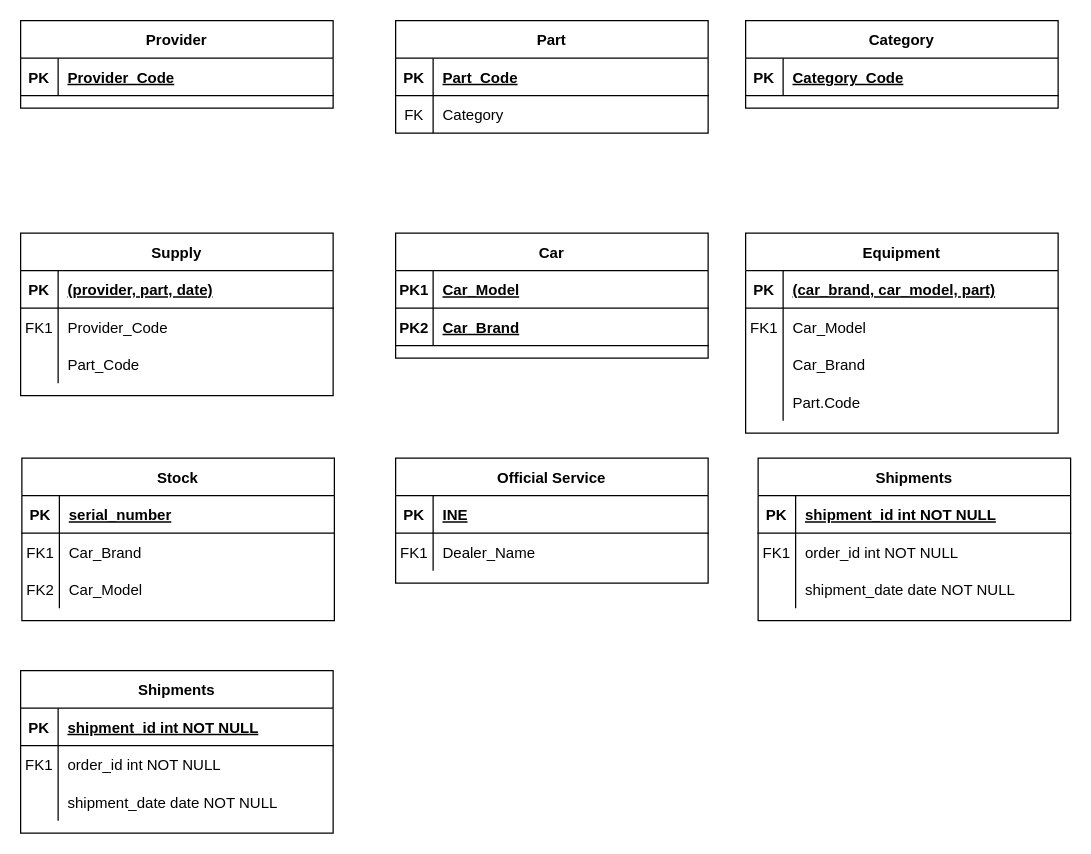
Above: postgresql.drawio in yohana993/Postgresql (draw.io), before the change. Source tidied: cells renumbered, new cells numbered last; positions are measured from the earlier drawing's top-left corner, leaving out a move shared by most shapes. Both pictures are drawn from the tidied source at 125%, with x=0, y=0 at pixel (20, 20).
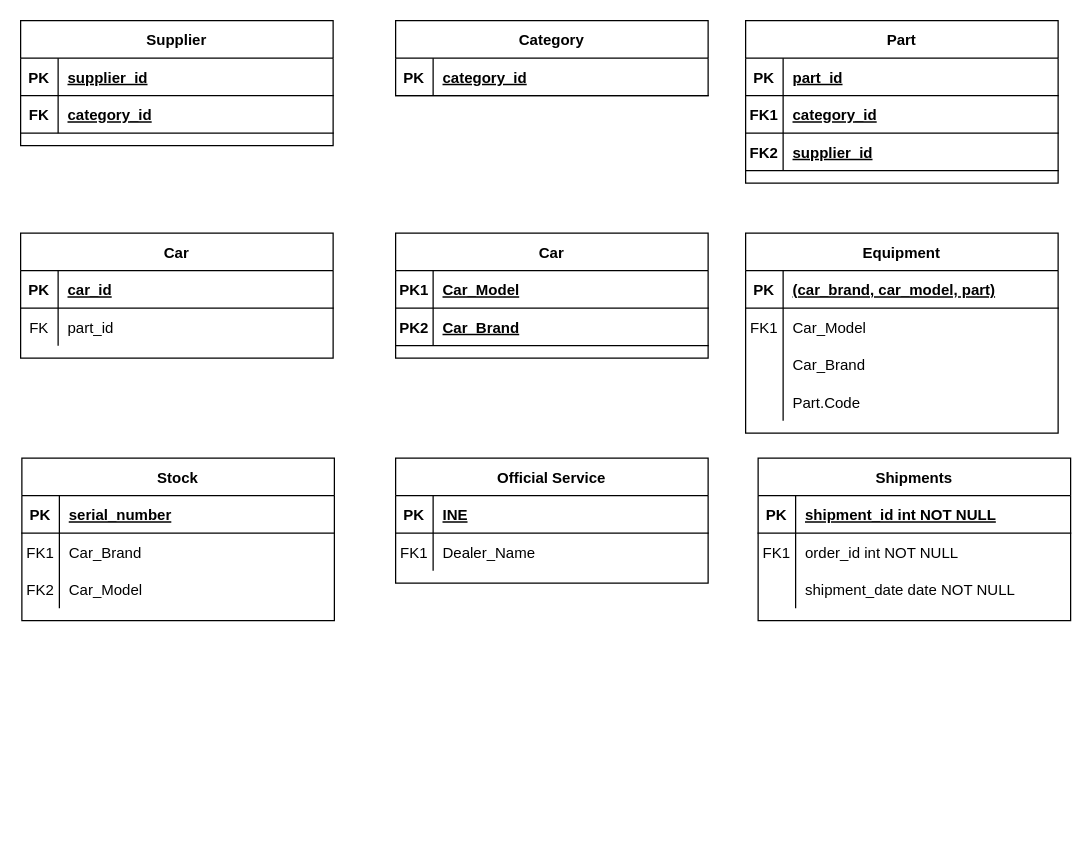
The same diagram, later.

The change refers to these unchanged cells:
```xml
<mxCell id="3" style="shape=partialRectangle;fillColor=none;top=0;left=0;right=0;bottom=1;" parent="2" vertex="1">
  <mxGeometry y="30" width="250" height="30" as="geometry" />
</mxCell>
<mxCell id="10" style="shape=partialRectangle;fillColor=none;top=0;left=0;right=0;bottom=1;" parent="9" vertex="1">
  <mxGeometry y="30" width="250" height="30" as="geometry" />
</mxCell>
<mxCell id="14" style="shape=partialRectangle;fillColor=none;top=0;left=0;right=0;bottom=1;" parent="13" vertex="1">
  <mxGeometry y="30" width="250" height="30" as="geometry" />
</mxCell>
<mxCell id="18" style="shape=partialRectangle;fillColor=none;top=0;left=0;right=0;bottom=1;" parent="17" vertex="1">
  <mxGeometry y="30" width="250" height="30" as="geometry" />
</mxCell>
<mxCell id="21" style="shape=partialRectangle;fillColor=none;top=0;left=0;right=0;bottom=0;" parent="17" vertex="1">
  <mxGeometry y="60" width="250" height="30" as="geometry" />
</mxCell>
```

The edit, as a diff of the source:
```diff
@@
-    <mxCell id="2" value="Part" style="shape=table;startSize=30;childLayout=tableLayout;rowLines=0;fontStyle=1;align=center;" parent="1" vertex="1">
-      <mxGeometry x="300" width="250" height="90" as="geometry" />
+    <mxCell id="2" value="Category" style="shape=table;startSize=30;childLayout=tableLayout;rowLines=0;fontStyle=1;align=center;" parent="1" vertex="1">
+      <mxGeometry x="300" width="250" height="60" as="geometry" />
     </mxCell>
@@
-    <mxCell id="5" value="Part_Code" style="shape=partialRectangle;overflow=hidden;fillColor=none;top=0;left=0;bottom=0;right=0;align=left;spacingLeft=6;fontStyle=5;" parent="3" vertex="1">
+    <mxCell id="5" value="category_id" style="shape=partialRectangle;overflow=hidden;fillColor=none;top=0;left=0;bottom=0;right=0;align=left;spacingLeft=6;fontStyle=5;" parent="3" vertex="1">
       <mxGeometry x="30" width="220" height="30" as="geometry" />
     </mxCell>
-    <mxCell id="6" style="shape=partialRectangle;fillColor=none;top=0;left=0;right=0;bottom=0;" parent="2" vertex="1">
-      <mxGeometry y="60" width="250" height="30" as="geometry" />
-    </mxCell>
-    <mxCell id="7" value="FK" style="shape=partialRectangle;overflow=hidden;fillColor=none;top=0;left=0;bottom=0;right=0;" parent="6" vertex="1">
-      <mxGeometry width="30" height="30" as="geometry" />
-    </mxCell>
-    <mxCell id="8" value="Category" style="shape=partialRectangle;overflow=hidden;fillColor=none;top=0;left=0;bottom=0;right=0;align=left;spacingLeft=6;" parent="6" vertex="1">
-      <mxGeometry x="30" width="220" height="30" as="geometry" />
-    </mxCell>
-    <mxCell id="9" value="Category" style="shape=table;startSize=30;childLayout=tableLayout;rowLines=0;fontStyle=1;align=center;" parent="1" vertex="1">
-      <mxGeometry x="580" width="250" height="70" as="geometry" />
+    <mxCell id="9" value="Part" style="shape=table;startSize=30;childLayout=tableLayout;rowLines=0;fontStyle=1;align=center;" parent="1" vertex="1">
+      <mxGeometry x="580" width="250" height="130" as="geometry" />
     </mxCell>
@@
-    <mxCell id="12" value="Category_Code" style="shape=partialRectangle;overflow=hidden;fillColor=none;top=0;left=0;bottom=0;right=0;align=left;spacingLeft=6;fontStyle=5;" parent="10" vertex="1">
+    <mxCell id="12" value="part_id" style="shape=partialRectangle;overflow=hidden;fillColor=none;top=0;left=0;bottom=0;right=0;align=left;spacingLeft=6;fontStyle=5;" parent="10" vertex="1">
       <mxGeometry x="30" width="220" height="30" as="geometry" />
     </mxCell>
+    <mxCell id="84" style="shape=partialRectangle;fillColor=none;top=0;left=0;right=0;bottom=1;" parent="9" vertex="1">
+      <mxGeometry y="60" width="250" height="30" as="geometry" />
+    </mxCell>
+    <mxCell id="79" value="FK1" style="shape=partialRectangle;overflow=hidden;fillColor=none;top=0;left=0;bottom=0;right=0;fontStyle=1;" parent="84" vertex="1">
+      <mxGeometry width="30" height="30" as="geometry" />
+    </mxCell>
+    <mxCell id="85" value="category_id" style="shape=partialRectangle;overflow=hidden;fillColor=none;top=0;left=0;bottom=0;right=0;align=left;spacingLeft=6;fontStyle=5;" parent="84" vertex="1">
+      <mxGeometry x="30" width="220" height="30" as="geometry" />
+    </mxCell>
+    <mxCell id="86" style="shape=partialRectangle;fillColor=none;top=0;left=0;right=0;bottom=1;" parent="9" vertex="1">
+      <mxGeometry y="90" width="250" height="30" as="geometry" />
+    </mxCell>
+    <mxCell id="87" value="FK2" style="shape=partialRectangle;overflow=hidden;fillColor=none;top=0;left=0;bottom=0;right=0;fontStyle=1;" parent="86" vertex="1">
+      <mxGeometry width="30" height="30" as="geometry" />
+    </mxCell>
+    <mxCell id="88" value="supplier_id" style="shape=partialRectangle;overflow=hidden;fillColor=none;top=0;left=0;bottom=0;right=0;align=left;spacingLeft=6;fontStyle=5;" parent="86" vertex="1">
+      <mxGeometry x="30" width="220" height="30" as="geometry" />
+    </mxCell>
-    <mxCell id="13" value="Provider" style="shape=table;startSize=30;childLayout=tableLayout;rowLines=0;fontStyle=1;align=center;" parent="1" vertex="1">
-      <mxGeometry width="250" height="70" as="geometry" />
+    <mxCell id="13" value="Supplier" style="shape=table;startSize=30;childLayout=tableLayout;rowLines=0;fontStyle=1;align=center;" parent="1" vertex="1">
+      <mxGeometry width="250" height="100" as="geometry" />
     </mxCell>
@@
-    <mxCell id="16" value="Provider_Code" style="shape=partialRectangle;overflow=hidden;fillColor=none;top=0;left=0;bottom=0;right=0;align=left;spacingLeft=6;fontStyle=5;" parent="14" vertex="1">
+    <mxCell id="16" value="supplier_id" style="shape=partialRectangle;overflow=hidden;fillColor=none;top=0;left=0;bottom=0;right=0;align=left;spacingLeft=6;fontStyle=5;" parent="14" vertex="1">
       <mxGeometry x="30" width="220" height="30" as="geometry" />
     </mxCell>
+    <mxCell id="89" style="shape=partialRectangle;fillColor=none;top=0;left=0;right=0;bottom=1;" parent="13" vertex="1">
+      <mxGeometry y="60" width="250" height="30" as="geometry" />
+    </mxCell>
+    <mxCell id="7" value="FK" style="shape=partialRectangle;overflow=hidden;fillColor=none;top=0;left=0;bottom=0;right=0;fontStyle=1;" parent="89" vertex="1">
+      <mxGeometry width="30" height="30" as="geometry" />
+    </mxCell>
+    <mxCell id="90" value="category_id" style="shape=partialRectangle;overflow=hidden;fillColor=none;top=0;left=0;bottom=0;right=0;align=left;spacingLeft=6;fontStyle=5;" parent="89" vertex="1">
+      <mxGeometry x="30" width="220" height="30" as="geometry" />
+    </mxCell>
-    <mxCell id="17" value="Supply" style="shape=table;startSize=30;childLayout=tableLayout;rowLines=0;fontStyle=1;align=center;" parent="1" vertex="1">
-      <mxGeometry y="170" width="250" height="130" as="geometry" />
+    <mxCell id="17" value="Car" style="shape=table;startSize=30;childLayout=tableLayout;rowLines=0;fontStyle=1;align=center;" parent="1" vertex="1">
+      <mxGeometry y="170" width="250" height="100" as="geometry" />
     </mxCell>
@@
-    <mxCell id="20" value="(provider, part, date)" style="shape=partialRectangle;overflow=hidden;fillColor=none;top=0;left=0;bottom=0;right=0;align=left;spacingLeft=6;fontStyle=5;" parent="18" vertex="1">
+    <mxCell id="20" value="car_id" style="shape=partialRectangle;overflow=hidden;fillColor=none;top=0;left=0;bottom=0;right=0;align=left;spacingLeft=6;fontStyle=5;" parent="18" vertex="1">
       <mxGeometry x="30" width="220" height="30" as="geometry" />
     </mxCell>
@@
-    <mxCell id="22" value="FK1" style="shape=partialRectangle;overflow=hidden;fillColor=none;top=0;left=0;bottom=0;right=0;" parent="21" vertex="1">
+    <mxCell id="22" value="FK" style="shape=partialRectangle;overflow=hidden;fillColor=none;top=0;left=0;bottom=0;right=0;" parent="21" vertex="1">
       <mxGeometry width="30" height="30" as="geometry" />
     </mxCell>
-    <mxCell id="23" value="Provider_Code" style="shape=partialRectangle;overflow=hidden;fillColor=none;top=0;left=0;bottom=0;right=0;align=left;spacingLeft=6;" parent="21" vertex="1">
+    <mxCell id="23" value="part_id" style="shape=partialRectangle;overflow=hidden;fillColor=none;top=0;left=0;bottom=0;right=0;align=left;spacingLeft=6;" parent="21" vertex="1">
       <mxGeometry x="30" width="220" height="30" as="geometry" />
     </mxCell>
-    <mxCell id="24" style="shape=partialRectangle;fillColor=none;top=0;left=0;right=0;bottom=0;" parent="17" vertex="1">
-      <mxGeometry y="90" width="250" height="30" as="geometry" />
-    </mxCell>
-    <mxCell id="25" style="shape=partialRectangle;overflow=hidden;fillColor=none;top=0;left=0;bottom=0;right=0;" parent="24" vertex="1">
-      <mxGeometry width="30" height="30" as="geometry" />
-    </mxCell>
-    <mxCell id="26" value="Part_Code" style="shape=partialRectangle;overflow=hidden;fillColor=none;top=0;left=0;bottom=0;right=0;align=left;spacingLeft=6;" parent="24" vertex="1">
-      <mxGeometry x="30" width="220" height="30" as="geometry" />
-    </mxCell>
@@
-    <mxCell id="74" value="Shipments" style="shape=table;startSize=30;childLayout=tableLayout;rowLines=0;fontStyle=1;align=center;" parent="1" vertex="1">
-      <mxGeometry y="520" width="250" height="130" as="geometry" />
-    </mxCell>
-    <mxCell id="75" style="shape=partialRectangle;fillColor=none;top=0;left=0;right=0;bottom=1;" parent="74" vertex="1">
-      <mxGeometry y="30" width="250" height="30" as="geometry" />
-    </mxCell>
-    <mxCell id="76" value="PK" style="shape=partialRectangle;overflow=hidden;fillColor=none;top=0;left=0;bottom=0;right=0;fontStyle=1;" parent="75" vertex="1">
-      <mxGeometry width="30" height="30" as="geometry" />
-    </mxCell>
-    <mxCell id="77" value="shipment_id int NOT NULL " style="shape=partialRectangle;overflow=hidden;fillColor=none;top=0;left=0;bottom=0;right=0;align=left;spacingLeft=6;fontStyle=5;" parent="75" vertex="1">
-      <mxGeometry x="30" width="220" height="30" as="geometry" />
-    </mxCell>
-    <mxCell id="78" style="shape=partialRectangle;fillColor=none;top=0;left=0;right=0;bottom=0;" parent="74" vertex="1">
-      <mxGeometry y="60" width="250" height="30" as="geometry" />
-    </mxCell>
-    <mxCell id="79" value="FK1" style="shape=partialRectangle;overflow=hidden;fillColor=none;top=0;left=0;bottom=0;right=0;" parent="78" vertex="1">
-      <mxGeometry width="30" height="30" as="geometry" />
-    </mxCell>
-    <mxCell id="80" value="order_id int NOT NULL" style="shape=partialRectangle;overflow=hidden;fillColor=none;top=0;left=0;bottom=0;right=0;align=left;spacingLeft=6;" parent="78" vertex="1">
-      <mxGeometry x="30" width="220" height="30" as="geometry" />
-    </mxCell>
-    <mxCell id="81" style="shape=partialRectangle;fillColor=none;top=0;left=0;right=0;bottom=0;" parent="74" vertex="1">
-      <mxGeometry y="90" width="250" height="30" as="geometry" />
-    </mxCell>
-    <mxCell id="82" style="shape=partialRectangle;overflow=hidden;fillColor=none;top=0;left=0;bottom=0;right=0;" parent="81" vertex="1">
-      <mxGeometry width="30" height="30" as="geometry" />
-    </mxCell>
-    <mxCell id="83" value="shipment_date date NOT NULL" style="shape=partialRectangle;overflow=hidden;fillColor=none;top=0;left=0;bottom=0;right=0;align=left;spacingLeft=6;" parent="81" vertex="1">
-      <mxGeometry x="30" width="220" height="30" as="geometry" />
-    </mxCell>
```
